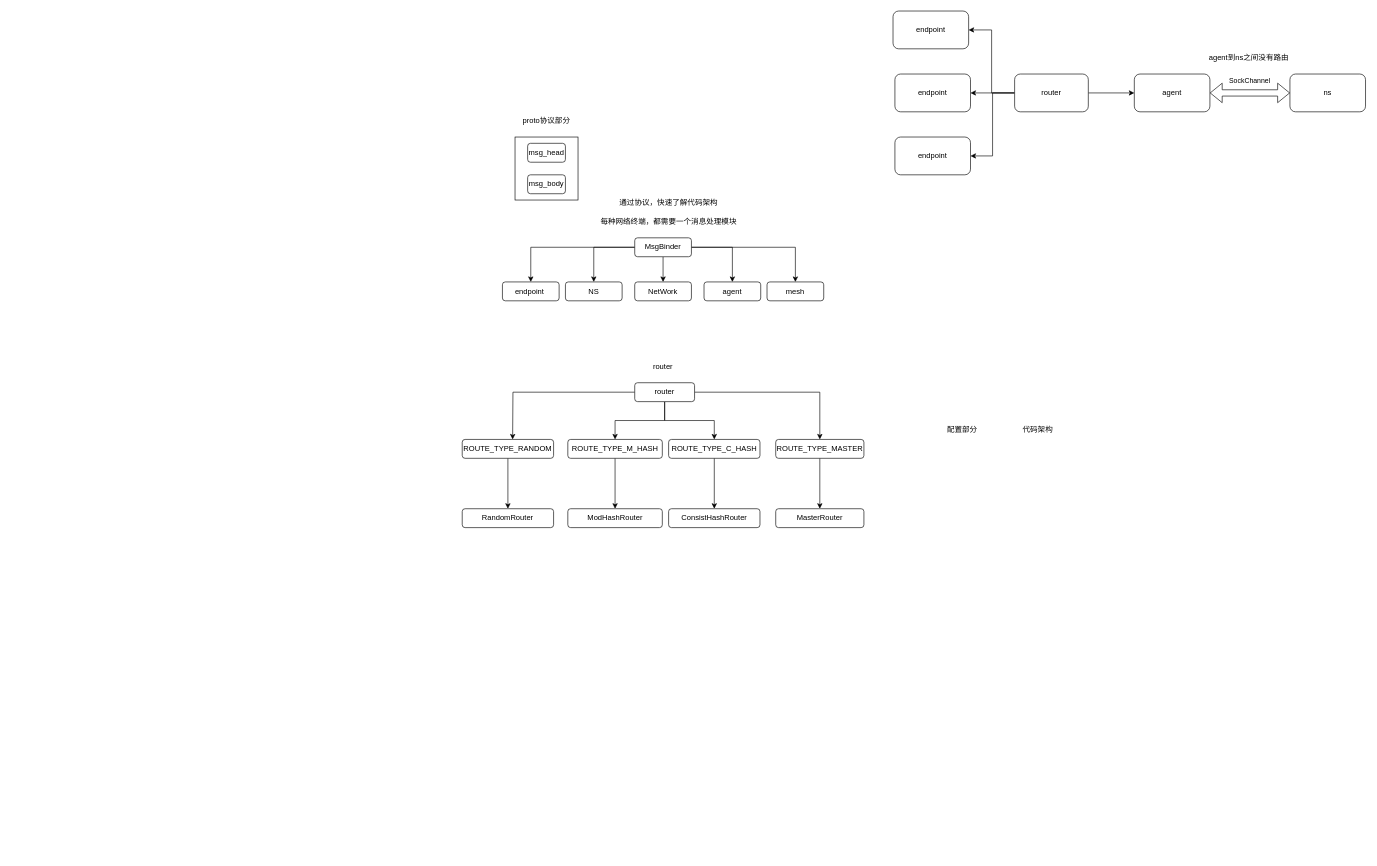
Above: 实战项目之tbuspp2.drawio in junpfeng/UE (draw.io), before the change. Source tidied: cells renumbered, new cells numbered last; positions are measured from the earlier drawing's top-left corner, leaving out a move shared by most shapes. Both pictures are drawn from the tidied source at 63%, with x=0, y=0 at pixel (462, 11).
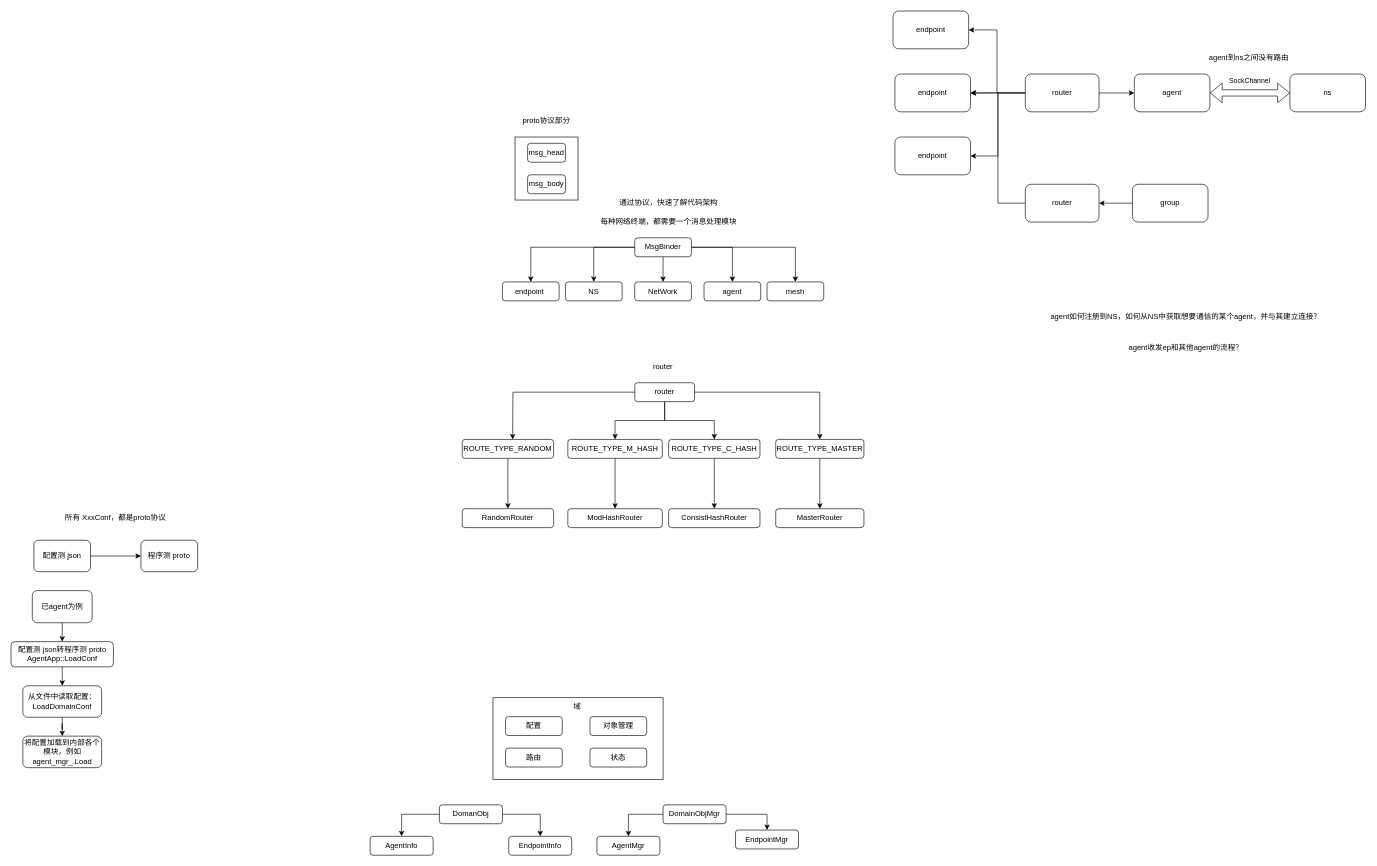
Above is the later version.

Commit message:
更新实战项目之tbuspp2.drawio

Unchanged cells that the change refers to:
```xml
<mxCell id="46" value="endpoint" style="rounded=1;whiteSpace=wrap;html=1;" parent="1" vertex="1">
  <mxGeometry x="687" y="100" width="120" height="60" as="geometry" />
</mxCell>
```

The edit, as a diff of the source:
```diff
@@
-    <mxCell id="3" value="配置部分" style="text;html=1;align=center;verticalAlign=middle;whiteSpace=wrap;rounded=0;" parent="1" vertex="1">
-      <mxGeometry x="764" y="650" width="60" height="30" as="geometry" />
-    </mxCell>
-    <mxCell id="4" value="代码架构" style="text;html=1;align=center;verticalAlign=middle;whiteSpace=wrap;rounded=0;" parent="1" vertex="1">
-      <mxGeometry x="884" y="650" width="60" height="30" as="geometry" />
-    </mxCell>
@@
     <mxCell id="44" value="router" style="rounded=1;whiteSpace=wrap;html=1;" parent="1" vertex="1">
-      <mxGeometry x="877" y="100" width="117" height="60" as="geometry" />
+      <mxGeometry x="894" y="100" width="117" height="60" as="geometry" />
     </mxCell>
@@
+    <mxCell id="52" style="edgeStyle=orthogonalEdgeStyle;rounded=0;jettySize=auto;html=1;entryX=1;entryY=0.5;entryDx=0;entryDy=0;" parent="1" edge="1" source="53" target="55">
+      <mxGeometry relative="1" as="geometry" />
+    </mxCell>
+    <mxCell id="53" value="group" style="rounded=1;whiteSpace=wrap;html=1;" parent="1" vertex="1">
+      <mxGeometry x="1064" y="275" width="120" height="60" as="geometry" />
+    </mxCell>
+    <mxCell id="54" style="edgeStyle=orthogonalEdgeStyle;rounded=0;jettySize=auto;html=1;exitX=0;exitY=0.5;exitDx=0;exitDy=0;entryX=1;entryY=0.5;entryDx=0;entryDy=0;" parent="1" edge="1" source="55" target="46">
+      <mxGeometry relative="1" as="geometry" />
+    </mxCell>
+    <mxCell id="55" value="router" style="rounded=1;whiteSpace=wrap;html=1;" parent="1" vertex="1">
+      <mxGeometry x="894" y="275" width="117" height="60" as="geometry" />
+    </mxCell>
+    <mxCell id="56" style="rounded=0;whiteSpace=wrap;html=1;" parent="1" vertex="1">
+      <mxGeometry x="49" y="1090" width="270" height="130" as="geometry" />
+    </mxCell>
+    <mxCell id="57" value="域" style="text;html=1;align=center;verticalAlign=middle;whiteSpace=wrap;rounded=0;" parent="1" vertex="1">
+      <mxGeometry x="152.8" y="1090" width="60" height="30" as="geometry" />
+    </mxCell>
+    <mxCell id="58" value="配置" style="rounded=1;whiteSpace=wrap;html=1;" parent="1" vertex="1">
+      <mxGeometry x="69" y="1120" width="90" height="30" as="geometry" />
+    </mxCell>
+    <mxCell id="59" value="对象管理" style="rounded=1;whiteSpace=wrap;html=1;" parent="1" vertex="1">
+      <mxGeometry x="203" y="1120" width="90" height="30" as="geometry" />
+    </mxCell>
+    <mxCell id="60" value="路由" style="rounded=1;whiteSpace=wrap;html=1;" parent="1" vertex="1">
+      <mxGeometry x="69" y="1170" width="90" height="30" as="geometry" />
+    </mxCell>
+    <mxCell id="61" value="状态" style="rounded=1;whiteSpace=wrap;html=1;" parent="1" vertex="1">
+      <mxGeometry x="203" y="1170" width="90" height="30" as="geometry" />
+    </mxCell>
+    <mxCell id="62" style="edgeStyle=orthogonalEdgeStyle;rounded=0;jettySize=auto;html=1;" parent="1" edge="1" source="64" target="65">
+      <mxGeometry relative="1" as="geometry" />
+    </mxCell>
+    <mxCell id="63" style="edgeStyle=orthogonalEdgeStyle;rounded=0;jettySize=auto;html=1;" parent="1" edge="1" source="64" target="66">
+      <mxGeometry relative="1" as="geometry" />
+    </mxCell>
+    <mxCell id="64" value="DomanObj" style="rounded=1;whiteSpace=wrap;html=1;" parent="1" vertex="1">
+      <mxGeometry x="-36" y="1260" width="100" height="30" as="geometry" />
+    </mxCell>
+    <mxCell id="65" value="AgentInfo" style="rounded=1;whiteSpace=wrap;html=1;" parent="1" vertex="1">
+      <mxGeometry x="-146" y="1310" width="100" height="30" as="geometry" />
+    </mxCell>
+    <mxCell id="66" value="EndpointInfo" style="rounded=1;whiteSpace=wrap;html=1;" parent="1" vertex="1">
+      <mxGeometry x="74" y="1310" width="100" height="30" as="geometry" />
+    </mxCell>
+    <mxCell id="67" style="edgeStyle=orthogonalEdgeStyle;rounded=0;jettySize=auto;html=1;" parent="1" edge="1" source="69" target="70">
+      <mxGeometry relative="1" as="geometry" />
+    </mxCell>
+    <mxCell id="68" style="edgeStyle=orthogonalEdgeStyle;rounded=0;jettySize=auto;html=1;" parent="1" edge="1" source="69" target="71">
+      <mxGeometry relative="1" as="geometry" />
+    </mxCell>
+    <mxCell id="69" value="DomainObjMgr" style="rounded=1;whiteSpace=wrap;html=1;" parent="1" vertex="1">
+      <mxGeometry x="319" y="1260" width="100" height="30" as="geometry" />
+    </mxCell>
+    <mxCell id="70" value="AgentMgr" style="rounded=1;whiteSpace=wrap;html=1;" parent="1" vertex="1">
+      <mxGeometry x="214" y="1310" width="100" height="30" as="geometry" />
+    </mxCell>
+    <mxCell id="71" value="EndpointMgr" style="rounded=1;whiteSpace=wrap;html=1;" parent="1" vertex="1">
+      <mxGeometry x="434" y="1300" width="100" height="30" as="geometry" />
+    </mxCell>
+    <mxCell id="72" value="所有 XxxConf，都是proto协议" style="text;html=1;align=center;verticalAlign=middle;whiteSpace=wrap;rounded=0;" parent="1" vertex="1">
+      <mxGeometry x="-644.8" y="790" width="190" height="30" as="geometry" />
+    </mxCell>
+    <mxCell id="73" style="edgeStyle=orthogonalEdgeStyle;rounded=0;jettySize=auto;html=1;" parent="1" edge="1" source="74" target="75">
+      <mxGeometry relative="1" as="geometry" />
+    </mxCell>
+    <mxCell id="74" value="配置测 json" style="rounded=1;whiteSpace=wrap;html=1;" parent="1" vertex="1">
+      <mxGeometry x="-679.8" y="840" width="90" height="50" as="geometry" />
+    </mxCell>
+    <mxCell id="75" value="程序测 proto" style="rounded=1;whiteSpace=wrap;html=1;" parent="1" vertex="1">
+      <mxGeometry x="-509.8" y="840" width="90" height="50" as="geometry" />
+    </mxCell>
+    <mxCell id="76" style="edgeStyle=orthogonalEdgeStyle;rounded=0;jettySize=auto;html=1;" parent="1" edge="1" source="77" target="79">
+      <mxGeometry relative="1" as="geometry" />
+    </mxCell>
+    <mxCell id="77" value="&lt;div&gt;配置测 json转程序测 proto&lt;/div&gt;AgentApp::LoadConf" style="rounded=1;whiteSpace=wrap;html=1;" parent="1" vertex="1">
+      <mxGeometry x="-716" y="1001" width="162.5" height="40" as="geometry" />
+    </mxCell>
+    <mxCell id="78" style="edgeStyle=orthogonalEdgeStyle;rounded=0;jettySize=auto;html=1;" parent="1" edge="1" source="79" target="80">
+      <mxGeometry relative="1" as="geometry" />
+    </mxCell>
+    <mxCell id="79" value="&lt;div&gt;从文件中读取配置：&lt;/div&gt;LoadDomainConf" style="rounded=1;whiteSpace=wrap;html=1;" parent="1" vertex="1">
+      <mxGeometry x="-697.2" y="1071" width="125" height="50" as="geometry" />
+    </mxCell>
+    <mxCell id="80" value="将配置加载到内部各个模块，例如 agent_mgr_.Load" style="rounded=1;whiteSpace=wrap;html=1;" parent="1" vertex="1">
+      <mxGeometry x="-697.2" y="1151" width="125" height="50" as="geometry" />
+    </mxCell>
+    <mxCell id="81" style="edgeStyle=orthogonalEdgeStyle;rounded=0;jettySize=auto;html=1;" parent="1" edge="1" source="82" target="77">
+      <mxGeometry relative="1" as="geometry" />
+    </mxCell>
+    <mxCell id="82" value="已agent为例" style="rounded=1;whiteSpace=wrap;html=1;" parent="1" vertex="1">
+      <mxGeometry x="-682.2" y="920" width="95" height="51" as="geometry" />
+    </mxCell>
+    <mxCell id="83" value="agent如何注册到NS，如何从NS中获取想要通信的某个agent，并与其建立连接？" style="text;html=1;align=center;verticalAlign=middle;whiteSpace=wrap;rounded=0;" parent="1" vertex="1">
+      <mxGeometry x="894" y="470" width="510" height="30" as="geometry" />
+    </mxCell>
+    <mxCell id="84" value="agent收发ep和其他agent的流程？" style="text;html=1;align=center;verticalAlign=middle;whiteSpace=wrap;rounded=0;" parent="1" vertex="1">
+      <mxGeometry x="894" y="520" width="510" height="30" as="geometry" />
+    </mxCell>
```
